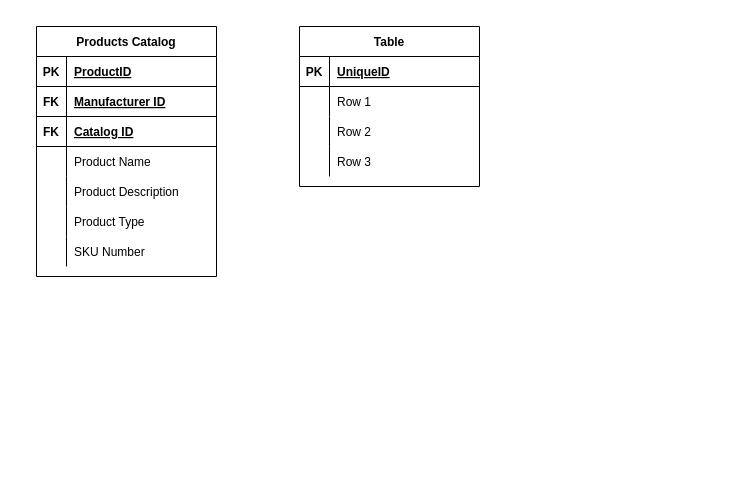
bgunupati/DrawIO keeps this draw.io diagram as Drawings/MasterCatalogDesign.drawio. Above is the earlier version. Source tidied: cells renumbered, new cells numbered last; positions are measured from the earlier drawing's top-left corner, leaving out a move shared by most shapes. Both pictures are drawn from the tidied source at 100%, with x=0, y=0 at pixel (36, 26).
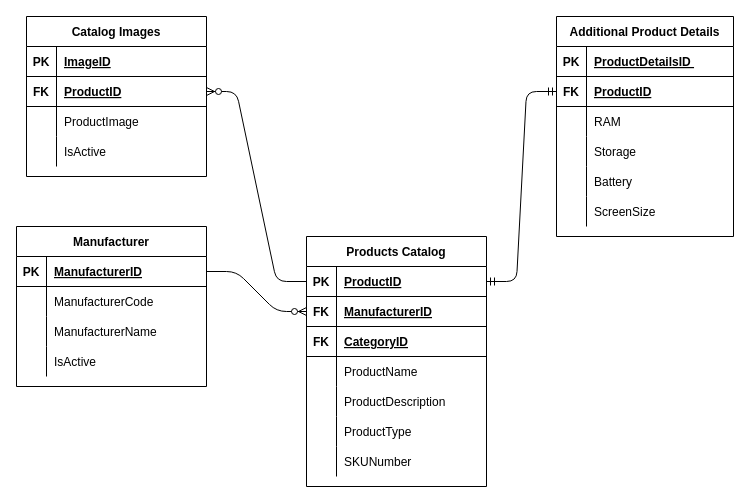
Above is the later version.

Commit message:
Added Additional Product Details Manufacture

The change refers to these unchanged cells:
```xml
<mxCell id="3" style="shape=partialRectangle;fillColor=none;top=0;left=0;bottom=1;right=0;points=[[0,0.5],[1,0.5]];portConstraint=eastwest;" parent="2" vertex="1">
  <mxGeometry y="30" width="180" height="30" as="geometry" />
</mxCell>
<mxCell id="6" style="shape=partialRectangle;fillColor=none;top=0;left=0;bottom=1;right=0;points=[[0,0.5],[1,0.5]];portConstraint=eastwest;" parent="2" vertex="1">
  <mxGeometry y="60" width="180" height="30" as="geometry" />
</mxCell>
<mxCell id="9" style="shape=partialRectangle;fillColor=none;top=0;left=0;bottom=1;right=0;" parent="2" vertex="1">
  <mxGeometry y="90" width="180" height="30" as="geometry" />
</mxCell>
<mxCell id="12" style="shape=partialRectangle;fillColor=none;top=0;left=0;bottom=0;right=0;" parent="2" vertex="1">
  <mxGeometry y="120" width="180" height="30" as="geometry" />
</mxCell>
<mxCell id="15" style="shape=partialRectangle;fillColor=none;top=0;left=0;bottom=0;right=0;" parent="2" vertex="1">
  <mxGeometry y="150" width="180" height="30" as="geometry" />
</mxCell>
<mxCell id="18" style="shape=partialRectangle;fillColor=none;top=0;left=0;bottom=0;right=0;" parent="2" vertex="1">
  <mxGeometry y="180" width="180" height="30" as="geometry" />
</mxCell>
<mxCell id="21" style="shape=partialRectangle;fillColor=none;top=0;left=0;bottom=0;right=0;" parent="2" vertex="1">
  <mxGeometry y="210" width="180" height="30" as="geometry" />
</mxCell>
<mxCell id="25" style="shape=partialRectangle;fillColor=none;top=0;left=0;bottom=1;right=0;" parent="24" vertex="1">
  <mxGeometry y="30" width="180" height="30" as="geometry" />
</mxCell>
```

Diff of the diagram source:
```diff
@@
     <mxCell id="2" value="Products Catalog" style="shape=table;startSize=30;childLayout=tableLayout;rowLines=0;fontStyle=1;align=center;" parent="1" vertex="1">
-      <mxGeometry width="180" height="250" as="geometry" />
+      <mxGeometry x="270" y="210" width="180" height="250" as="geometry" />
     </mxCell>
@@
-    <mxCell id="8" value="Manufacturer ID" style="shape=partialRectangle;fillColor=none;top=0;left=0;bottom=0;right=0;align=left;spacingLeft=6;fontStyle=5;overflow=hidden;" parent="6" vertex="1">
+    <mxCell id="8" value="ManufacturerID" style="shape=partialRectangle;fillColor=none;top=0;left=0;bottom=0;right=0;align=left;spacingLeft=6;fontStyle=5;overflow=hidden;" parent="6" vertex="1">
       <mxGeometry x="30" width="150" height="30" as="geometry" />
     </mxCell>
@@
-    <mxCell id="11" value="Catalog ID" style="shape=partialRectangle;fillColor=none;top=0;left=0;bottom=0;right=0;align=left;spacingLeft=6;fontStyle=5;overflow=hidden;" parent="9" vertex="1">
+    <mxCell id="11" value="CategoryID" style="shape=partialRectangle;fillColor=none;top=0;left=0;bottom=0;right=0;align=left;spacingLeft=6;fontStyle=5;overflow=hidden;" parent="9" vertex="1">
       <mxGeometry x="30" width="150" height="30" as="geometry" />
     </mxCell>
@@
-    <mxCell id="14" value="Product Name" style="shape=partialRectangle;fillColor=none;top=0;left=0;bottom=0;right=0;align=left;spacingLeft=6;overflow=hidden;" parent="12" vertex="1">
+    <mxCell id="14" value="ProductName" style="shape=partialRectangle;fillColor=none;top=0;left=0;bottom=0;right=0;align=left;spacingLeft=6;overflow=hidden;" parent="12" vertex="1">
       <mxGeometry x="30" width="150" height="30" as="geometry" />
     </mxCell>
@@
-    <mxCell id="17" value="Product Description" style="shape=partialRectangle;fillColor=none;top=0;left=0;bottom=0;right=0;align=left;spacingLeft=6;overflow=hidden;" parent="15" vertex="1">
+    <mxCell id="17" value="ProductDescription" style="shape=partialRectangle;fillColor=none;top=0;left=0;bottom=0;right=0;align=left;spacingLeft=6;overflow=hidden;" parent="15" vertex="1">
       <mxGeometry x="30" width="150" height="30" as="geometry" />
     </mxCell>
@@
-    <mxCell id="20" value="Product Type" style="shape=partialRectangle;fillColor=none;top=0;left=0;bottom=0;right=0;align=left;spacingLeft=6;overflow=hidden;" parent="18" vertex="1">
+    <mxCell id="20" value="ProductType" style="shape=partialRectangle;fillColor=none;top=0;left=0;bottom=0;right=0;align=left;spacingLeft=6;overflow=hidden;" parent="18" vertex="1">
       <mxGeometry x="30" width="150" height="30" as="geometry" />
     </mxCell>
@@
-    <mxCell id="23" value="SKU Number" style="shape=partialRectangle;fillColor=none;top=0;left=0;bottom=0;right=0;align=left;spacingLeft=6;overflow=hidden;" parent="21" vertex="1">
+    <mxCell id="23" value="SKUNumber" style="shape=partialRectangle;fillColor=none;top=0;left=0;bottom=0;right=0;align=left;spacingLeft=6;overflow=hidden;" parent="21" vertex="1">
       <mxGeometry x="30" width="150" height="30" as="geometry" />
     </mxCell>
-    <mxCell id="24" value="Table" style="shape=table;startSize=30;childLayout=tableLayout;rowLines=0;fontStyle=1;align=center;" parent="1" vertex="1">
-      <mxGeometry x="263" width="180" height="160" as="geometry" />
+    <mxCell id="24" value="Catalog Images" style="shape=table;startSize=30;childLayout=tableLayout;rowLines=0;fontStyle=1;align=center;" parent="1" vertex="1">
+      <mxGeometry x="-10" y="-10" width="180" height="160" as="geometry" />
     </mxCell>
@@
-    <mxCell id="27" value="UniqueID" style="shape=partialRectangle;fillColor=none;top=0;left=0;bottom=0;right=0;align=left;spacingLeft=6;fontStyle=5;overflow=hidden;" parent="25" vertex="1">
+    <mxCell id="27" value="ImageID" style="shape=partialRectangle;fillColor=none;top=0;left=0;bottom=0;right=0;align=left;spacingLeft=6;fontStyle=5;overflow=hidden;" parent="25" vertex="1">
       <mxGeometry x="30" width="150" height="30" as="geometry" />
     </mxCell>
+    <mxCell id="37" style="shape=partialRectangle;fillColor=none;top=0;left=0;bottom=1;right=0;points=[[0,0.5],[1,0.5]];portConstraint=eastwest;" parent="24" vertex="1">
+      <mxGeometry y="60" width="180" height="30" as="geometry" />
+    </mxCell>
+    <mxCell id="38" value="FK" style="shape=partialRectangle;fillColor=none;top=0;left=0;bottom=0;right=0;fontStyle=1;overflow=hidden;" parent="37" vertex="1">
+      <mxGeometry width="30" height="30" as="geometry" />
+    </mxCell>
+    <mxCell id="39" value="ProductID" style="shape=partialRectangle;fillColor=none;top=0;left=0;bottom=0;right=0;align=left;spacingLeft=6;fontStyle=5;overflow=hidden;" parent="37" vertex="1">
+      <mxGeometry x="30" width="150" height="30" as="geometry" />
+    </mxCell>
     <mxCell id="28" style="shape=partialRectangle;fillColor=none;top=0;left=0;bottom=0;right=0;" parent="24" vertex="1">
-      <mxGeometry y="60" width="180" height="30" as="geometry" />
+      <mxGeometry y="90" width="180" height="30" as="geometry" />
     </mxCell>
@@
-    <mxCell id="30" value="Row 1" style="shape=partialRectangle;fillColor=none;top=0;left=0;bottom=0;right=0;align=left;spacingLeft=6;overflow=hidden;" parent="28" vertex="1">
+    <mxCell id="30" value="ProductImage" style="shape=partialRectangle;fillColor=none;top=0;left=0;bottom=0;right=0;align=left;spacingLeft=6;overflow=hidden;" parent="28" vertex="1">
       <mxGeometry x="30" width="150" height="30" as="geometry" />
     </mxCell>
     <mxCell id="31" style="shape=partialRectangle;fillColor=none;top=0;left=0;bottom=0;right=0;" parent="24" vertex="1">
-      <mxGeometry y="90" width="180" height="30" as="geometry" />
+      <mxGeometry y="120" width="180" height="30" as="geometry" />
     </mxCell>
@@
-    <mxCell id="33" value="Row 2" style="shape=partialRectangle;fillColor=none;top=0;left=0;bottom=0;right=0;align=left;spacingLeft=6;overflow=hidden;" parent="31" vertex="1">
+    <mxCell id="33" value="IsActive" style="shape=partialRectangle;fillColor=none;top=0;left=0;bottom=0;right=0;align=left;spacingLeft=6;overflow=hidden;" parent="31" vertex="1">
       <mxGeometry x="30" width="150" height="30" as="geometry" />
     </mxCell>
-    <mxCell id="34" style="shape=partialRectangle;fillColor=none;top=0;left=0;bottom=0;right=0;" parent="24" vertex="1">
-      <mxGeometry y="120" width="180" height="30" as="geometry" />
-    </mxCell>
-    <mxCell id="35" style="shape=partialRectangle;fillColor=none;top=0;left=0;bottom=0;right=0;overflow=hidden;" parent="34" vertex="1">
-      <mxGeometry width="30" height="30" as="geometry" />
-    </mxCell>
-    <mxCell id="36" value="Row 3" style="shape=partialRectangle;fillColor=none;top=0;left=0;bottom=0;right=0;align=left;spacingLeft=6;overflow=hidden;" parent="34" vertex="1">
-      <mxGeometry x="30" width="150" height="30" as="geometry" />
-    </mxCell>
+    <mxCell id="40" value="Manufacturer" style="shape=table;startSize=30;childLayout=tableLayout;rowLines=0;fontStyle=1;align=center;" parent="1" vertex="1">
+      <mxGeometry x="-20" y="200" width="190" height="160" as="geometry" />
+    </mxCell>
+    <mxCell id="41" style="shape=partialRectangle;fillColor=none;top=0;left=0;bottom=1;right=0;points=[[0,0.5],[1,0.5]];portConstraint=eastwest;" parent="40" vertex="1">
+      <mxGeometry y="30" width="190" height="30" as="geometry" />
+    </mxCell>
+    <mxCell id="42" value="PK" style="shape=partialRectangle;fillColor=none;top=0;left=0;bottom=0;right=0;fontStyle=1;overflow=hidden;" parent="41" vertex="1">
+      <mxGeometry width="30" height="30" as="geometry" />
+    </mxCell>
+    <mxCell id="43" value="ManufacturerID" style="shape=partialRectangle;fillColor=none;top=0;left=0;bottom=0;right=0;align=left;spacingLeft=6;fontStyle=5;overflow=hidden;" parent="41" vertex="1">
+      <mxGeometry x="30" width="160" height="30" as="geometry" />
+    </mxCell>
+    <mxCell id="44" style="shape=partialRectangle;fillColor=none;top=0;left=0;bottom=0;right=0;" parent="40" vertex="1">
+      <mxGeometry y="60" width="190" height="30" as="geometry" />
+    </mxCell>
+    <mxCell id="45" style="shape=partialRectangle;fillColor=none;top=0;left=0;bottom=0;right=0;overflow=hidden;" parent="44" vertex="1">
+      <mxGeometry width="30" height="30" as="geometry" />
+    </mxCell>
+    <mxCell id="46" value="ManufacturerCode" style="shape=partialRectangle;fillColor=none;top=0;left=0;bottom=0;right=0;align=left;spacingLeft=6;overflow=hidden;" parent="44" vertex="1">
+      <mxGeometry x="30" width="160" height="30" as="geometry" />
+    </mxCell>
+    <mxCell id="47" style="shape=partialRectangle;fillColor=none;top=0;left=0;bottom=0;right=0;" parent="40" vertex="1">
+      <mxGeometry y="90" width="190" height="30" as="geometry" />
+    </mxCell>
+    <mxCell id="48" style="shape=partialRectangle;fillColor=none;top=0;left=0;bottom=0;right=0;overflow=hidden;" parent="47" vertex="1">
+      <mxGeometry width="30" height="30" as="geometry" />
+    </mxCell>
+    <mxCell id="49" value="ManufacturerName" style="shape=partialRectangle;fillColor=none;top=0;left=0;bottom=0;right=0;align=left;spacingLeft=6;overflow=hidden;" parent="47" vertex="1">
+      <mxGeometry x="30" width="160" height="30" as="geometry" />
+    </mxCell>
+    <mxCell id="50" style="shape=partialRectangle;fillColor=none;top=0;left=0;bottom=0;right=0;" parent="40" vertex="1">
+      <mxGeometry y="120" width="190" height="30" as="geometry" />
+    </mxCell>
+    <mxCell id="51" style="shape=partialRectangle;fillColor=none;top=0;left=0;bottom=0;right=0;overflow=hidden;" parent="50" vertex="1">
+      <mxGeometry width="30" height="30" as="geometry" />
+    </mxCell>
+    <mxCell id="52" value="IsActive" style="shape=partialRectangle;fillColor=none;top=0;left=0;bottom=0;right=0;align=left;spacingLeft=6;overflow=hidden;" parent="50" vertex="1">
+      <mxGeometry x="30" width="160" height="30" as="geometry" />
+    </mxCell>
+    <mxCell id="53" style="edgeStyle=entityRelationEdgeStyle;fontSize=12;html=1;endArrow=ERzeroToMany;endFill=1;exitX=0;exitY=0.5;exitDx=0;exitDy=0;entryX=1;entryY=0.5;entryDx=0;entryDy=0;" parent="1" edge="1" source="3" target="37">
+      <mxGeometry relative="1" as="geometry" />
+    </mxCell>
+    <mxCell id="54" style="edgeStyle=entityRelationEdgeStyle;fontSize=12;html=1;endArrow=ERzeroToMany;endFill=1;entryX=0;entryY=0.5;entryDx=0;entryDy=0;" parent="1" edge="1" source="41" target="6">
+      <mxGeometry relative="1" as="geometry" />
+    </mxCell>
+    <mxCell id="55" value="Additional Product Details" style="shape=table;startSize=30;childLayout=tableLayout;rowLines=0;fontStyle=1;align=center;" parent="1" vertex="1">
+      <mxGeometry x="520" y="-10" width="177" height="220" as="geometry" />
+    </mxCell>
+    <mxCell id="56" style="shape=partialRectangle;fillColor=none;top=0;left=0;bottom=1;right=0;" parent="55" vertex="1">
+      <mxGeometry y="30" width="177" height="30" as="geometry" />
+    </mxCell>
+    <mxCell id="57" value="PK" style="shape=partialRectangle;fillColor=none;top=0;left=0;bottom=0;right=0;fontStyle=1;overflow=hidden;" parent="56" vertex="1">
+      <mxGeometry width="30" height="30" as="geometry" />
+    </mxCell>
+    <mxCell id="58" value="ProductDetailsID " style="shape=partialRectangle;fillColor=none;top=0;left=0;bottom=0;right=0;align=left;spacingLeft=6;fontStyle=5;overflow=hidden;" parent="56" vertex="1">
+      <mxGeometry x="30" width="147" height="30" as="geometry" />
+    </mxCell>
+    <mxCell id="59" style="shape=partialRectangle;fillColor=none;top=0;left=0;bottom=1;right=0;points=[[0,0.5],[1,0.5]];portConstraint=eastwest;" parent="55" vertex="1">
+      <mxGeometry y="60" width="177" height="30" as="geometry" />
+    </mxCell>
+    <mxCell id="60" value="FK" style="shape=partialRectangle;fillColor=none;top=0;left=0;bottom=0;right=0;fontStyle=1;overflow=hidden;" parent="59" vertex="1">
+      <mxGeometry width="30" height="30" as="geometry" />
+    </mxCell>
+    <mxCell id="61" value="ProductID" style="shape=partialRectangle;fillColor=none;top=0;left=0;bottom=0;right=0;align=left;spacingLeft=6;fontStyle=5;overflow=hidden;" parent="59" vertex="1">
+      <mxGeometry x="30" width="147" height="30" as="geometry" />
+    </mxCell>
+    <mxCell id="62" style="shape=partialRectangle;fillColor=none;top=0;left=0;bottom=0;right=0;" parent="55" vertex="1">
+      <mxGeometry y="90" width="177" height="30" as="geometry" />
+    </mxCell>
+    <mxCell id="63" style="shape=partialRectangle;fillColor=none;top=0;left=0;bottom=0;right=0;overflow=hidden;" parent="62" vertex="1">
+      <mxGeometry width="30" height="30" as="geometry" />
+    </mxCell>
+    <mxCell id="64" value="RAM" style="shape=partialRectangle;fillColor=none;top=0;left=0;bottom=0;right=0;align=left;spacingLeft=6;overflow=hidden;" parent="62" vertex="1">
+      <mxGeometry x="30" width="147" height="30" as="geometry" />
+    </mxCell>
+    <mxCell id="65" style="shape=partialRectangle;fillColor=none;top=0;left=0;bottom=0;right=0;" parent="55" vertex="1">
+      <mxGeometry y="120" width="177" height="30" as="geometry" />
+    </mxCell>
+    <mxCell id="66" style="shape=partialRectangle;fillColor=none;top=0;left=0;bottom=0;right=0;overflow=hidden;" parent="65" vertex="1">
+      <mxGeometry width="30" height="30" as="geometry" />
+    </mxCell>
+    <mxCell id="67" value="Storage" style="shape=partialRectangle;fillColor=none;top=0;left=0;bottom=0;right=0;align=left;spacingLeft=6;overflow=hidden;" parent="65" vertex="1">
+      <mxGeometry x="30" width="147" height="30" as="geometry" />
+    </mxCell>
+    <mxCell id="68" style="shape=partialRectangle;fillColor=none;top=0;left=0;bottom=0;right=0;" parent="55" vertex="1">
+      <mxGeometry y="150" width="177" height="30" as="geometry" />
+    </mxCell>
+    <mxCell id="69" style="shape=partialRectangle;fillColor=none;top=0;left=0;bottom=0;right=0;overflow=hidden;" parent="68" vertex="1">
+      <mxGeometry width="30" height="30" as="geometry" />
+    </mxCell>
+    <mxCell id="70" value="Battery" style="shape=partialRectangle;fillColor=none;top=0;left=0;bottom=0;right=0;align=left;spacingLeft=6;overflow=hidden;" parent="68" vertex="1">
+      <mxGeometry x="30" width="147" height="30" as="geometry" />
+    </mxCell>
+    <mxCell id="71" style="shape=partialRectangle;fillColor=none;top=0;left=0;bottom=0;right=0;" parent="55" vertex="1">
+      <mxGeometry y="180" width="177" height="30" as="geometry" />
+    </mxCell>
+    <mxCell id="72" style="shape=partialRectangle;fillColor=none;top=0;left=0;bottom=0;right=0;overflow=hidden;" parent="71" vertex="1">
+      <mxGeometry width="30" height="30" as="geometry" />
+    </mxCell>
+    <mxCell id="73" value="ScreenSize" style="shape=partialRectangle;fillColor=none;top=0;left=0;bottom=0;right=0;align=left;spacingLeft=6;overflow=hidden;" parent="71" vertex="1">
+      <mxGeometry x="30" width="147" height="30" as="geometry" />
+    </mxCell>
+    <mxCell id="74" style="edgeStyle=entityRelationEdgeStyle;fontSize=12;html=1;endArrow=ERmandOne;startArrow=ERmandOne;entryX=0;entryY=0.5;entryDx=0;entryDy=0;exitX=1;exitY=0.5;exitDx=0;exitDy=0;" parent="1" edge="1" source="3" target="59">
+      <mxGeometry relative="1" as="geometry" />
+    </mxCell>
```
